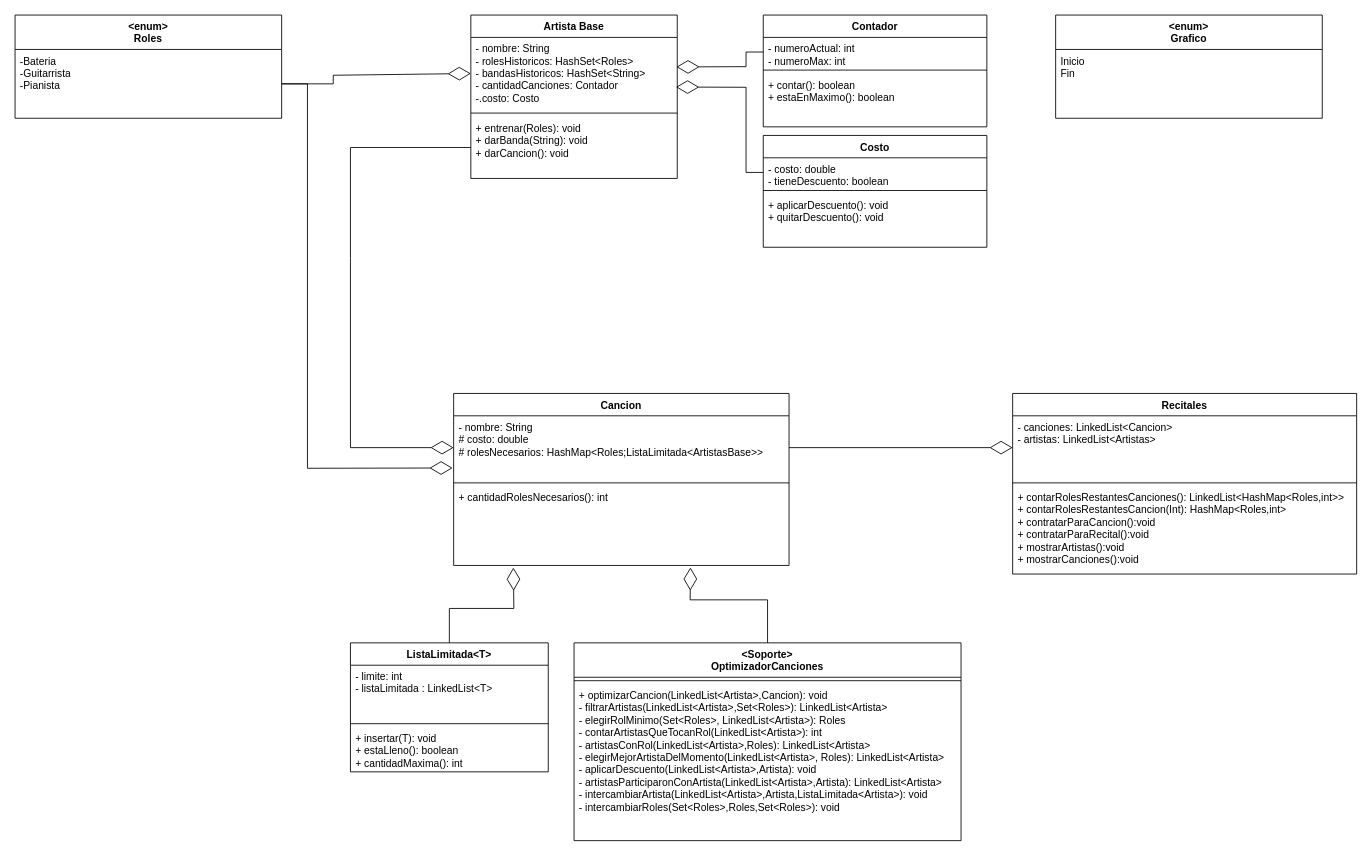
The draw.io diagram UML/UML.drawio in Potasio54321/Paradigmas-TP, before the edit. Source tidied: cells renumbered, new cells numbered last; positions are measured from the earlier drawing's top-left corner, leaving out a move shared by most shapes. Both pictures are drawn from the tidied source at 86%, with x=0, y=0 at pixel (15, 15).
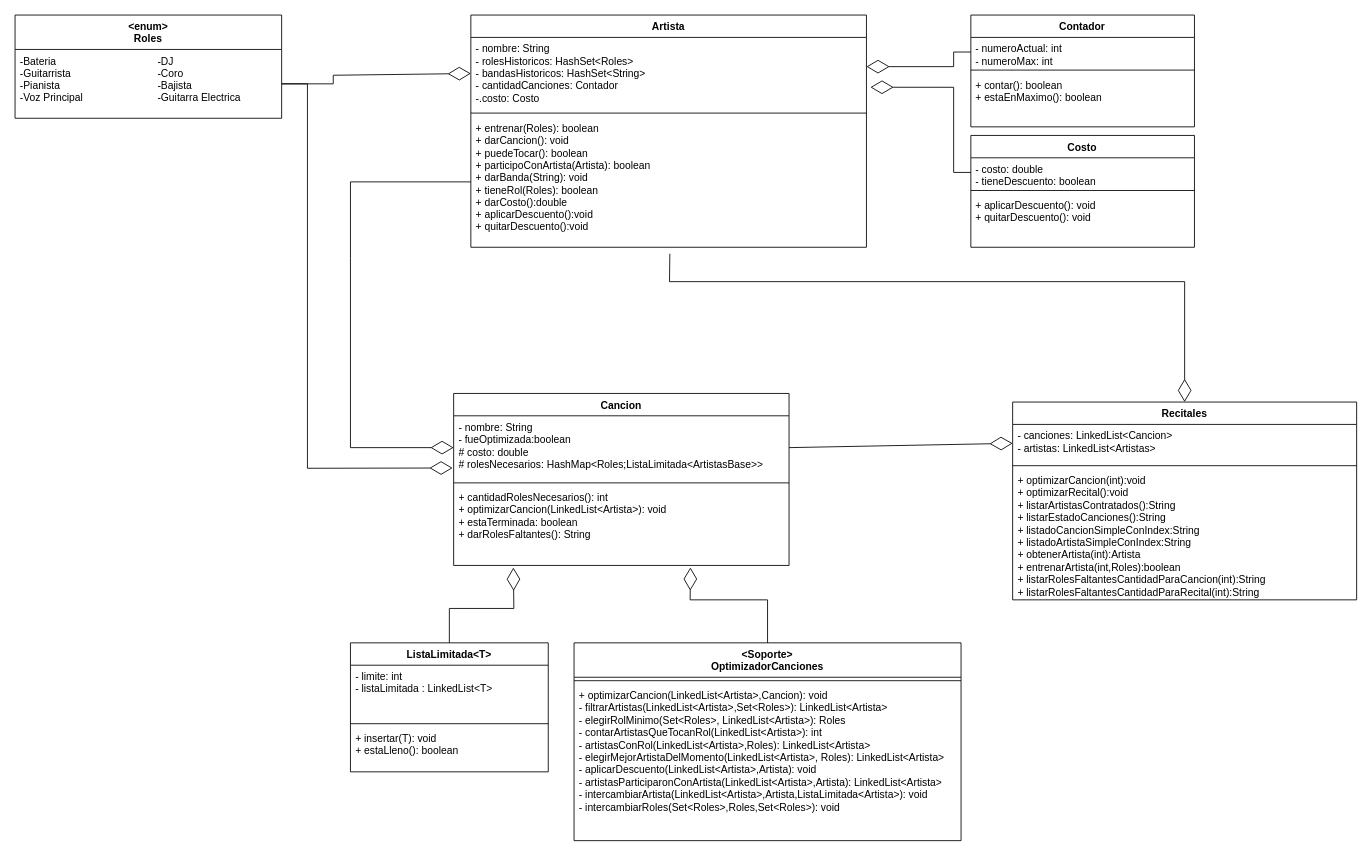
After the change.

Commit message (it also covers changes not shown here):
Actualizado UML, nuevo zip con la ultima version

The change refers to these unchanged cells:
```xml
<mxCell id="6" value="&amp;lt;enum&amp;gt;&lt;div&gt;Roles&lt;/div&gt;" style="swimlane;fontStyle=1;align=center;verticalAlign=top;horizontal=1;startSize=40;whiteSpace=wrap;html=1;" parent="1" vertex="1">
  <mxGeometry width="310" height="120" as="geometry" />
</mxCell>
<mxCell id="10" value="- numeroActual: int&lt;div&gt;- numeroMax: int&lt;/div&gt;" style="text;strokeColor=none;fillColor=none;align=left;verticalAlign=top;spacingLeft=4;spacingRight=4;overflow=hidden;points=[[0,0.5],[1,0.5]];portConstraint=eastwest;whiteSpace=wrap;html=1;" parent="9" vertex="1">
  <mxGeometry y="26" width="260" height="34" as="geometry" />
</mxCell>
<mxCell id="14" value="Cancion" style="swimlane;fontStyle=1;align=center;verticalAlign=top;horizontal=1;startSize=26;whiteSpace=wrap;html=1;" parent="1" vertex="1">
  <mxGeometry x="510" y="440" width="390" height="200" as="geometry" />
</mxCell>
<mxCell id="24" value="ListaLimitada&amp;lt;T&amp;gt;" style="swimlane;fontStyle=1;align=center;verticalAlign=top;horizontal=1;startSize=26;whiteSpace=wrap;html=1;" parent="1" vertex="1">
  <mxGeometry x="390" y="730" width="230" height="150" as="geometry" />
</mxCell>
<mxCell id="31" value="- costo: double&lt;div&gt;- tieneDescuento: boolean&lt;/div&gt;" style="text;strokeColor=none;fillColor=none;align=left;verticalAlign=top;spacingLeft=4;spacingRight=4;overflow=hidden;points=[[0,0.5],[1,0.5]];portConstraint=eastwest;whiteSpace=wrap;html=1;" parent="30" vertex="1">
  <mxGeometry y="26" width="260" height="34" as="geometry" />
</mxCell>
```

Change to the diagram source:
```diff
@@
-    <mxCell id="2" value="Artista Base" style="swimlane;fontStyle=1;align=center;verticalAlign=top;horizontal=1;startSize=26;whiteSpace=wrap;html=1;" parent="1" vertex="1">
-      <mxGeometry x="530" width="240" height="190" as="geometry" />
+    <mxCell id="2" value="Artista" style="swimlane;fontStyle=1;align=center;verticalAlign=top;horizontal=1;startSize=26;whiteSpace=wrap;html=1;" parent="1" vertex="1">
+      <mxGeometry x="530" width="460" height="270" as="geometry" />
     </mxCell>
     <mxCell id="3" value="- nombre: String&lt;div&gt;- rolesHistoricos: HashSet&amp;lt;Roles&amp;gt;&lt;/div&gt;&lt;div&gt;- bandasHistoricos: HashSet&amp;lt;String&amp;gt;&lt;/div&gt;&lt;div&gt;- cantidadCanciones: Contador&lt;div&gt;-.costo: Costo&lt;/div&gt;&lt;/div&gt;" style="text;strokeColor=none;fillColor=none;align=left;verticalAlign=top;spacingLeft=4;spacingRight=4;overflow=hidden;points=[[0,0.5],[1,0.5]];portConstraint=eastwest;whiteSpace=wrap;html=1;" parent="2" vertex="1">
-      <mxGeometry y="26" width="240" height="84" as="geometry" />
+      <mxGeometry y="26" width="460" height="84" as="geometry" />
     </mxCell>
     <mxCell id="4" style="line;strokeWidth=1;fillColor=none;align=left;verticalAlign=middle;spacingTop=-1;spacingLeft=3;spacingRight=3;labelPosition=right;strokeColor=inherit;" parent="2" vertex="1">
-      <mxGeometry y="110" width="240" height="8" as="geometry" />
+      <mxGeometry y="110" width="460" height="8" as="geometry" />
     </mxCell>
-    <mxCell id="5" value="+ entrenar(Roles): void&lt;div&gt;+ darBanda(String): void&lt;/div&gt;&lt;div&gt;+ darCancion(): void&lt;/div&gt;" style="text;strokeColor=none;fillColor=none;align=left;verticalAlign=top;spacingLeft=4;spacingRight=4;overflow=hidden;points=[[0,0.5],[1,0.5]];portConstraint=eastwest;whiteSpace=wrap;html=1;" parent="2" vertex="1">
-      <mxGeometry y="118" width="240" height="72" as="geometry" />
+    <mxCell id="5" value="+ entrenar(Roles): boolean&lt;div&gt;+ darCancion(): void&lt;/div&gt;&lt;div&gt;+ puedeTocar(): boolean&lt;/div&gt;&lt;div&gt;+&amp;nbsp;participoConArtista(Artista): boolean&lt;br&gt;&lt;div&gt;+ darBanda(String): void&lt;/div&gt;&lt;div&gt;+ tieneRol(Roles): boolean&lt;/div&gt;&lt;div&gt;+ darCosto():double&lt;/div&gt;&lt;div&gt;+ aplicarDescuento():void&lt;/div&gt;&lt;div&gt;+ quitarDescuento():void&lt;/div&gt;&lt;div&gt;&lt;br&gt;&lt;/div&gt;&lt;/div&gt;" style="text;strokeColor=none;fillColor=none;align=left;verticalAlign=top;spacingLeft=4;spacingRight=4;overflow=hidden;points=[[0,0.5],[1,0.5]];portConstraint=eastwest;whiteSpace=wrap;html=1;" parent="2" vertex="1">
+      <mxGeometry y="118" width="460" height="152" as="geometry" />
     </mxCell>
@@
-    <mxCell id="7" value="-Bateria&lt;div&gt;-Guitarrista&lt;/div&gt;&lt;div&gt;-Pianista&lt;/div&gt;" style="text;strokeColor=none;fillColor=none;align=left;verticalAlign=top;spacingLeft=4;spacingRight=4;overflow=hidden;points=[[0,0.5],[1,0.5]];portConstraint=eastwest;whiteSpace=wrap;html=1;" parent="6" vertex="1">
+    <mxCell id="7" value="-Bateria&lt;span style=&quot;white-space: pre;&quot;&gt;&#9;&lt;/span&gt;&lt;span style=&quot;white-space: pre;&quot;&gt;&#9;&lt;/span&gt;&lt;span style=&quot;white-space: pre;&quot;&gt;&#9;&lt;/span&gt;&lt;span style=&quot;white-space: pre;&quot;&gt;&#9;&lt;span style=&quot;white-space: pre;&quot;&gt;&#9;&lt;/span&gt;-DJ&lt;/span&gt;&lt;div&gt;&lt;div&gt;-Guitarrista&lt;span style=&quot;white-space: pre;&quot;&gt;&#9;&lt;/span&gt;&lt;span style=&quot;white-space: pre;&quot;&gt;&#9;&lt;/span&gt;&lt;span style=&quot;white-space: pre;&quot;&gt;&#9;&lt;/span&gt;&lt;span style=&quot;white-space: pre;&quot;&gt;&#9;&lt;/span&gt;-Coro&lt;/div&gt;&lt;div&gt;-Pianista&lt;span style=&quot;white-space: pre;&quot;&gt;&#9;&lt;/span&gt;&lt;span style=&quot;white-space: pre;&quot;&gt;&#9;&lt;/span&gt;&lt;span style=&quot;white-space: pre;&quot;&gt;&#9;&lt;/span&gt;&lt;span style=&quot;white-space: pre;&quot;&gt;&#9;&lt;/span&gt;&lt;span style=&quot;white-space: pre;&quot;&gt;&#9;&lt;/span&gt;-Bajista&lt;/div&gt;&lt;div&gt;-Voz Principal&lt;span style=&quot;white-space: pre;&quot;&gt;&#9;&lt;/span&gt;&lt;span style=&quot;white-space: pre;&quot;&gt;&#9;&lt;/span&gt;&lt;span style=&quot;white-space: pre;&quot;&gt;&#9;&lt;/span&gt;&lt;span style=&quot;white-space: pre;&quot;&gt;&#9;&lt;/span&gt;-Guitarra Electrica&lt;/div&gt;&lt;/div&gt;" style="text;strokeColor=none;fillColor=none;align=left;verticalAlign=top;spacingLeft=4;spacingRight=4;overflow=hidden;points=[[0,0.5],[1,0.5]];portConstraint=eastwest;whiteSpace=wrap;html=1;" parent="6" vertex="1">
       <mxGeometry y="40" width="310" height="80" as="geometry" />
     </mxCell>
@@
     <mxCell id="9" value="Contador" style="swimlane;fontStyle=1;align=center;verticalAlign=top;horizontal=1;startSize=26;whiteSpace=wrap;html=1;" parent="1" vertex="1">
-      <mxGeometry x="870" width="260" height="130" as="geometry" />
+      <mxGeometry x="1111.4" width="260" height="130" as="geometry" />
     </mxCell>
@@
-    <mxCell id="13" style="endArrow=diamondThin;endFill=0;endSize=24;html=1;rounded=0;exitX=0;exitY=0.5;exitDx=0;exitDy=0;entryX=0.996;entryY=0.409;entryDx=0;entryDy=0;entryPerimeter=0;" parent="1" edge="1" source="10" target="3">
+    <mxCell id="13" style="endArrow=diamondThin;endFill=0;endSize=24;html=1;rounded=0;exitX=0;exitY=0.5;exitDx=0;exitDy=0;" parent="1" edge="1" source="10">
       <mxGeometry relative="1" as="geometry">
+        <mxPoint x="990" y="60" as="targetPoint" />
         <Array as="points">
-          <mxPoint x="850" y="43" />
-          <mxPoint x="850" y="60" />
+          <mxPoint x="1091.4" y="43" />
+          <mxPoint x="1091.4" y="60" />
         </Array>
       </mxGeometry>
     </mxCell>
@@
-    <mxCell id="15" value="- nombre: String&lt;div&gt;# costo: double&lt;br&gt;&lt;div&gt;&lt;span style=&quot;background-color: transparent; color: light-dark(rgb(0, 0, 0), rgb(255, 255, 255));&quot;&gt;# rolesNecesarios: HashMap&amp;lt;Roles;ListaLimitada&amp;lt;ArtistasBase&amp;gt;&amp;gt;&lt;/span&gt;&lt;/div&gt;&lt;/div&gt;" style="text;strokeColor=none;fillColor=none;align=left;verticalAlign=top;spacingLeft=4;spacingRight=4;overflow=hidden;points=[[0,0.5],[1,0.5]];portConstraint=eastwest;whiteSpace=wrap;html=1;" parent="14" vertex="1">
+    <mxCell id="15" value="- nombre: String&lt;div&gt;- fueOptimizada:boolean&lt;br&gt;&lt;div&gt;# costo: double&lt;br&gt;&lt;div&gt;&lt;span style=&quot;background-color: transparent; color: light-dark(rgb(0, 0, 0), rgb(255, 255, 255));&quot;&gt;# rolesNecesarios: HashMap&amp;lt;Roles;ListaLimitada&amp;lt;ArtistasBase&amp;gt;&amp;gt;&lt;/span&gt;&lt;/div&gt;&lt;/div&gt;&lt;/div&gt;" style="text;strokeColor=none;fillColor=none;align=left;verticalAlign=top;spacingLeft=4;spacingRight=4;overflow=hidden;points=[[0,0.5],[1,0.5]];portConstraint=eastwest;whiteSpace=wrap;html=1;" parent="14" vertex="1">
       <mxGeometry y="26" width="390" height="74" as="geometry" />
     </mxCell>
@@
-    <mxCell id="17" value="&lt;div&gt;&lt;span style=&quot;background-color: transparent; color: light-dark(rgb(0, 0, 0), rgb(255, 255, 255));&quot;&gt;+ cantidadRolesNecesarios(): int&lt;/span&gt;&lt;/div&gt;" style="text;strokeColor=none;fillColor=none;align=left;verticalAlign=top;spacingLeft=4;spacingRight=4;overflow=hidden;points=[[0,0.5],[1,0.5]];portConstraint=eastwest;whiteSpace=wrap;html=1;" parent="14" vertex="1">
+    <mxCell id="17" value="&lt;div&gt;&lt;span style=&quot;background-color: transparent; color: light-dark(rgb(0, 0, 0), rgb(255, 255, 255));&quot;&gt;+ cantidadRolesNecesarios(): int&lt;/span&gt;&lt;/div&gt;&lt;div&gt;&lt;span style=&quot;background-color: transparent; color: light-dark(rgb(0, 0, 0), rgb(255, 255, 255));&quot;&gt;+ optimizarCancion(LinkedList&amp;lt;Artista&amp;gt;): void&lt;/span&gt;&lt;/div&gt;&lt;div&gt;+ estaTerminada: boolean&lt;/div&gt;&lt;div&gt;+&amp;nbsp;darRolesFaltantes(): String&lt;/div&gt;" style="text;strokeColor=none;fillColor=none;align=left;verticalAlign=top;spacingLeft=4;spacingRight=4;overflow=hidden;points=[[0,0.5],[1,0.5]];portConstraint=eastwest;whiteSpace=wrap;html=1;" parent="14" vertex="1">
       <mxGeometry y="108" width="390" height="92" as="geometry" />
     </mxCell>
     <mxCell id="18" value="Recitales" style="swimlane;fontStyle=1;align=center;verticalAlign=top;horizontal=1;startSize=26;whiteSpace=wrap;html=1;" parent="1" vertex="1">
-      <mxGeometry x="1160" y="440" width="400" height="210" as="geometry" />
+      <mxGeometry x="1160" y="450" width="400" height="230" as="geometry" />
     </mxCell>
     <mxCell id="19" value="- canciones: LinkedList&amp;lt;Cancion&amp;gt;&lt;div&gt;&lt;div&gt;- artistas: LinkedList&amp;lt;Artistas&amp;gt;&lt;/div&gt;&lt;div&gt;&lt;br&gt;&lt;/div&gt;&lt;/div&gt;" style="text;strokeColor=none;fillColor=none;align=left;verticalAlign=top;spacingLeft=4;spacingRight=4;overflow=hidden;points=[[0,0.5],[1,0.5]];portConstraint=eastwest;whiteSpace=wrap;html=1;" parent="18" vertex="1">
-      <mxGeometry y="26" width="400" height="74" as="geometry" />
+      <mxGeometry y="26" width="400" height="44" as="geometry" />
     </mxCell>
     <mxCell id="20" style="line;strokeWidth=1;fillColor=none;align=left;verticalAlign=middle;spacingTop=-1;spacingLeft=3;spacingRight=3;labelPosition=right;strokeColor=inherit;" parent="18" vertex="1">
-      <mxGeometry y="100" width="400" height="8" as="geometry" />
+      <mxGeometry y="70" width="400" height="8" as="geometry" />
     </mxCell>
-    <mxCell id="21" value="+ contarRolesRestantesCanciones(): LinkedList&amp;lt;HashMap&amp;lt;Roles,int&amp;gt;&amp;gt;&lt;div&gt;+ contarRolesRestantesCancion(Int): HashMap&amp;lt;Roles,int&amp;gt;&lt;/div&gt;&lt;div&gt;&lt;div&gt;+ contratarParaCancion():void&lt;/div&gt;&lt;/div&gt;&lt;div&gt;+ contratarParaRecital():void&lt;/div&gt;&lt;div&gt;+ mostrarArtistas():void&lt;/div&gt;&lt;div&gt;+ mostrarCanciones():void&lt;/div&gt;" style="text;strokeColor=none;fillColor=none;align=left;verticalAlign=top;spacingLeft=4;spacingRight=4;overflow=hidden;whiteSpace=wrap;html=1;" parent="18" vertex="1">
-      <mxGeometry y="108" width="400" height="102" as="geometry" />
+    <mxCell id="21" value="&lt;div&gt;&lt;div&gt;+ optimizarCancion(int):void&lt;/div&gt;&lt;/div&gt;&lt;div&gt;+ optimizarRecital():void&lt;/div&gt;&lt;div&gt;+ listarArtistasContratados():String&lt;/div&gt;&lt;div&gt;+ listarEstadoCanciones():String&lt;/div&gt;&lt;div&gt;+ listadoCancionSimpleConIndex:String&lt;/div&gt;&lt;div&gt;&lt;div&gt;+ listadoArtistaSimpleConIndex:String&lt;/div&gt;&lt;/div&gt;&lt;div&gt;+ obtenerArtista(int):Artista&lt;/div&gt;&lt;div&gt;+ entrenarArtista(int,Roles):boolean&lt;/div&gt;&lt;div&gt;+&amp;nbsp;listarRolesFaltantesCantidadParaCancion(int):String&amp;nbsp;&lt;/div&gt;&lt;div&gt;+&amp;nbsp;listarRolesFaltantesCantidadParaRecital(int):String&amp;nbsp;&lt;/div&gt;" style="text;strokeColor=none;fillColor=none;align=left;verticalAlign=top;spacingLeft=4;spacingRight=4;overflow=hidden;whiteSpace=wrap;html=1;" parent="18" vertex="1">
+      <mxGeometry y="78" width="400" height="152" as="geometry" />
     </mxCell>
     <mxCell id="22" style="endArrow=diamondThin;endFill=0;endSize=24;html=1;rounded=0;exitX=0;exitY=0.5;exitDx=0;exitDy=0;entryX=0;entryY=0.5;entryDx=0;entryDy=0;" parent="1" edge="1" source="5" target="15">
       <mxGeometry relative="1" as="geometry">
         <Array as="points">
-          <mxPoint x="390" y="154" />
+          <mxPoint x="390" y="194" />
           <mxPoint x="390" y="283" />
           <mxPoint x="390" y="503" />
         </Array>
       </mxGeometry>
     </mxCell>
@@
-    <mxCell id="27" value="+ insertar(T): void&lt;div&gt;+ estaLleno(): boolean&lt;/div&gt;&lt;div&gt;+ cantidadMaxima(): int&lt;/div&gt;" style="text;strokeColor=none;fillColor=none;align=left;verticalAlign=top;spacingLeft=4;spacingRight=4;overflow=hidden;whiteSpace=wrap;html=1;" parent="24" vertex="1">
+    <mxCell id="27" value="+ insertar(T): void&lt;div&gt;+ estaLleno(): boolean&lt;/div&gt;" style="text;strokeColor=none;fillColor=none;align=left;verticalAlign=top;spacingLeft=4;spacingRight=4;overflow=hidden;whiteSpace=wrap;html=1;" parent="24" vertex="1">
       <mxGeometry y="98" width="230" height="52" as="geometry" />
     </mxCell>
@@
     <mxCell id="30" value="Costo" style="swimlane;fontStyle=1;align=center;verticalAlign=top;horizontal=1;startSize=26;whiteSpace=wrap;html=1;" parent="1" vertex="1">
-      <mxGeometry x="870" y="140" width="260" height="130" as="geometry" />
+      <mxGeometry x="1111.4" y="140" width="260" height="130" as="geometry" />
     </mxCell>
@@
-    <mxCell id="34" style="endArrow=diamondThin;endFill=0;endSize=24;html=1;rounded=0;exitX=0;exitY=0.5;exitDx=0;exitDy=0;entryX=0.994;entryY=0.687;entryDx=0;entryDy=0;entryPerimeter=0;" parent="1" edge="1" source="31" target="3">
+    <mxCell id="34" style="endArrow=diamondThin;endFill=0;endSize=24;html=1;rounded=0;exitX=0;exitY=0.5;exitDx=0;exitDy=0;entryX=1.01;entryY=0.69;entryDx=0;entryDy=0;entryPerimeter=0;" parent="1" edge="1" source="31" target="3">
       <mxGeometry relative="1" as="geometry">
         <Array as="points">
-          <mxPoint x="850" y="183" />
-          <mxPoint x="850" y="84" />
+          <mxPoint x="1091.4" y="183" />
+          <mxPoint x="1091.4" y="84" />
         </Array>
       </mxGeometry>
     </mxCell>
@@
-    <mxCell id="39" value="&amp;lt;enum&amp;gt;&lt;div&gt;Grafico&lt;/div&gt;" style="swimlane;fontStyle=1;align=center;verticalAlign=top;horizontal=1;startSize=40;whiteSpace=wrap;html=1;" parent="1" vertex="1">
-      <mxGeometry x="1210" width="310" height="120" as="geometry" />
-    </mxCell>
-    <mxCell id="40" value="Inicio&lt;div&gt;Fin&lt;/div&gt;" style="text;strokeColor=none;fillColor=none;align=left;verticalAlign=top;spacingLeft=4;spacingRight=4;overflow=hidden;whiteSpace=wrap;html=1;" parent="39" vertex="1">
-      <mxGeometry y="40" width="310" height="80" as="geometry" />
-    </mxCell>
+    <mxCell id="41" style="endArrow=diamondThin;endFill=0;endSize=24;html=1;rounded=0;exitX=0.503;exitY=1.05;exitDx=0;exitDy=0;entryX=0.5;entryY=0;entryDx=0;entryDy=0;exitPerimeter=0;" parent="1" edge="1" source="5" target="18">
+      <mxGeometry relative="1" as="geometry">
+        <Array as="points">
+          <mxPoint x="761" y="310" />
+          <mxPoint x="1360" y="310" />
+        </Array>
+      </mxGeometry>
+    </mxCell>
```
